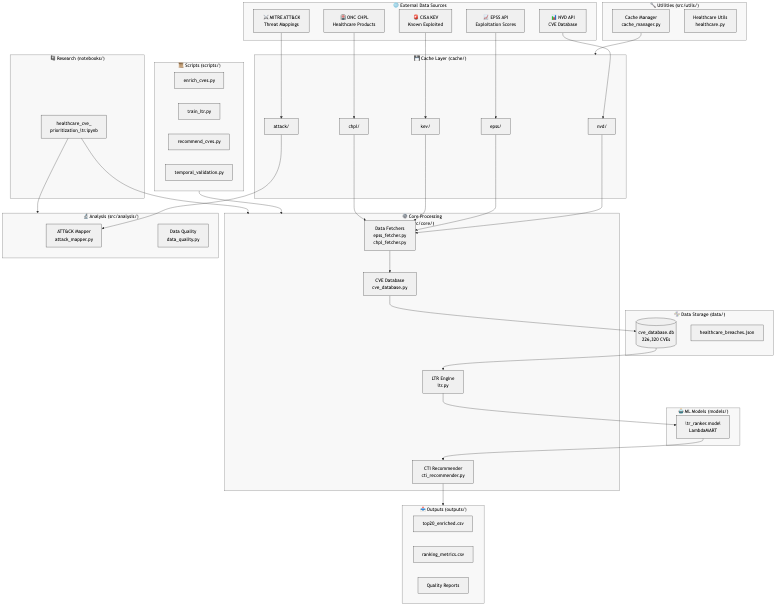
Earlier version of the Mermaid export cti_recommender/docs/diagrams/project_architecture.png (er-vinay-india/healthcare-vuln-prioritization-ltr). Its source is kept beside it as cti_recommender/docs/diagrams/project_architecture.mmd.
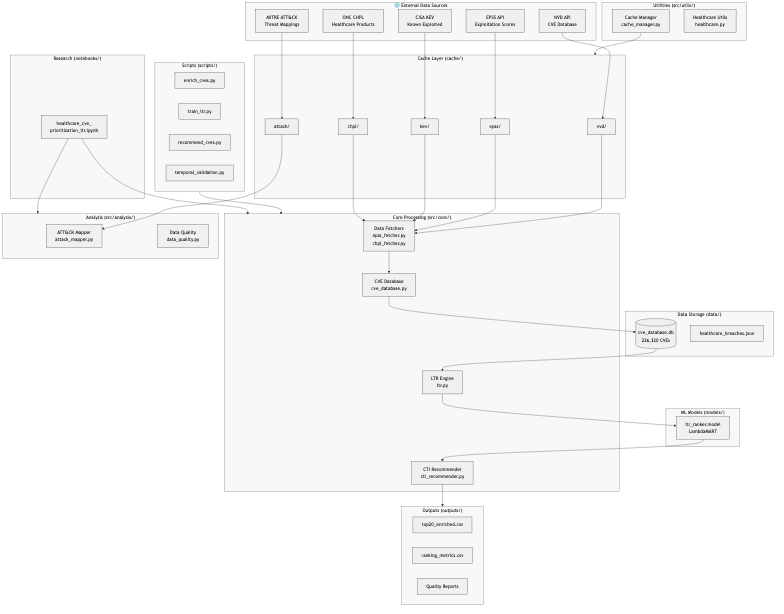
The same file after the commit.

Diff of the diagram source:
```diff
@@ -1,14 +1,14 @@
 %%{init: {'theme': 'base', 'themeVariables': { 'primaryColor': '#e8e8e8', 'primaryTextColor': '#000000', 'primaryBorderColor': '#333333', 'secondaryColor': '#f5f5f5', 'secondaryTextColor': '#000000', 'tertiaryColor': '#ffffff', 'tertiaryTextColor': '#000000', 'lineColor': '#333333', 'textColor': '#000000', 'background': '#ffffff', 'mainBkg': '#f0f0f0', 'nodeBorder': '#333333', 'clusterBkg': '#f8f8f8', 'clusterBorder': '#666666', 'titleColor': '#000000'}}}%%
 flowchart TB
     subgraph External["🌐 External Data Sources"]
-        NVD["📊 NVD API<br/>CVE Database"]
-        EPSS["📈 EPSS API<br/>Exploitation Scores"]
-        KEV["🚨 CISA KEV<br/>Known Exploited"]
-        ATTACK["⚔️ MITRE ATT&CK<br/>Threat Mappings"]
-        CHPL["🏥 ONC CHPL<br/>Healthcare Products"]
+        NVD["NVD API<br/>CVE Database"]
+        EPSS["EPSS API<br/>Exploitation Scores"]
+        KEV["CISA KEV<br/>Known Exploited"]
+        ATTACK["MITRE ATT&CK<br/>Threat Mappings"]
+        CHPL["ONC CHPL<br/>Healthcare Products"]
     end
 
-    subgraph Cache["💾 Cache Layer (cache/)"]
+    subgraph Cache["Cache Layer (cache/)"]
         NVD_C["nvd/"]
         EPSS_C["epss/"]
         KEV_C["kev/"]
@@ -16,46 +16,46 @@
         CHPL_C["chpl/"]
     end
 
-    subgraph Core["⚙️ Core Processing (src/core/)"]
+    subgraph Core["Core Processing (src/core/)"]
         FETCHER["Data Fetchers<br/>epss_fetcher.py<br/>chpl_fetcher.py"]
         DB["CVE Database<br/>cve_database.py"]
         LTR["LTR Engine<br/>ltr.py"]
         RECOMMENDER["CTI Recommender<br/>cti_recommender.py"]
     end
 
-    subgraph Analysis["🔬 Analysis (src/analysis/)"]
+    subgraph Analysis["Analysis (src/analysis/)"]
         ATTACK_MAP["ATT&CK Mapper<br/>attack_mapper.py"]
         QUALITY["Data Quality<br/>data_quality.py"]
     end
 
-    subgraph Utils["🔧 Utilities (src/utils/)"]
+    subgraph Utils["Utilities (src/utils/)"]
         CACHE_MGR["Cache Manager<br/>cache_manager.py"]
         HEALTHCARE["Healthcare Utils<br/>healthcare.py"]
     end
 
-    subgraph Storage["💿 Data Storage (data/)"]
+    subgraph Storage["Data Storage (data/)"]
         SQLITE[("cve_database.db<br/>226,320 CVEs")]
         BREACHES["healthcare_breaches.json"]
     end
 
-    subgraph Models["🤖 ML Models (models/)"]
+    subgraph Models["ML Models (models/)"]
         LTR_MODEL["ltr_ranker.model<br/>LambdaMART"]
     end
 
-    subgraph Outputs["📤 Outputs (outputs/)"]
+    subgraph Outputs["Outputs (outputs/)"]
         TOP20["top20_enriched.csv"]
         METRICS["ranking_metrics.csv"]
         REPORTS["Quality Reports"]
     end
 
-    subgraph Scripts["📜 Scripts (scripts/)"]
+    subgraph Scripts["Scripts (scripts/)"]
         ENRICH["enrich_cves.py"]
         TRAIN["train_ltr.py"]
         RECOMMEND["recommend_cves.py"]
         VALIDATE["temporal_validation.py"]
     end
 
-    subgraph Notebook["📓 Research (notebooks/)"]
+    subgraph Notebook["Research (notebooks/)"]
         NB["healthcare_cve_<br/>prioritization_ltr.ipynb"]
     end
 
```
